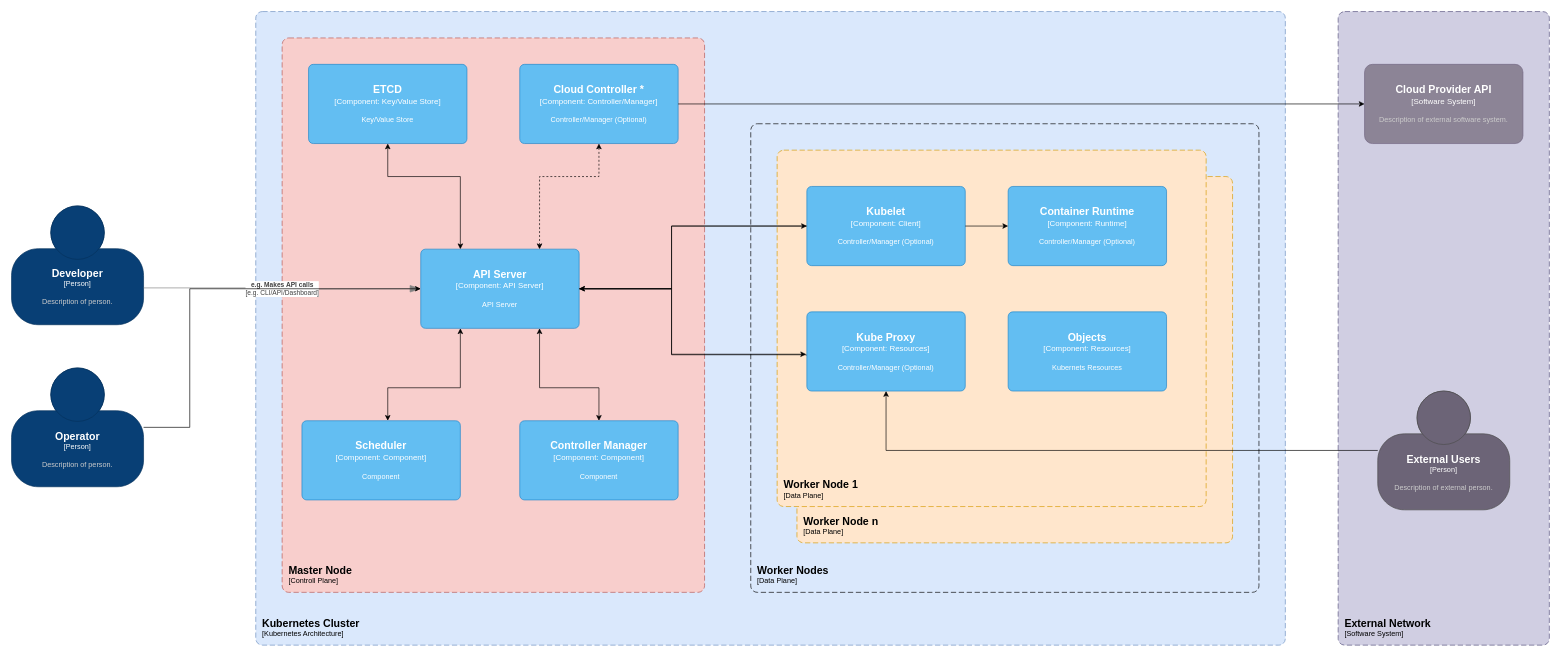
This is page "Context and Scope" (1 of 10) of resources/enterprise-architecture.drawio from microtema/K8S-Architecture, a draw.io file, before an edit. Source tidied: cells renumbered, new cells numbered last; positions are measured from the earlier drawing's top-left corner, leaving out a move shared by most shapes. Both pictures are drawn from the tidied source at 66%, with x=0, y=0 at pixel (11, 11).
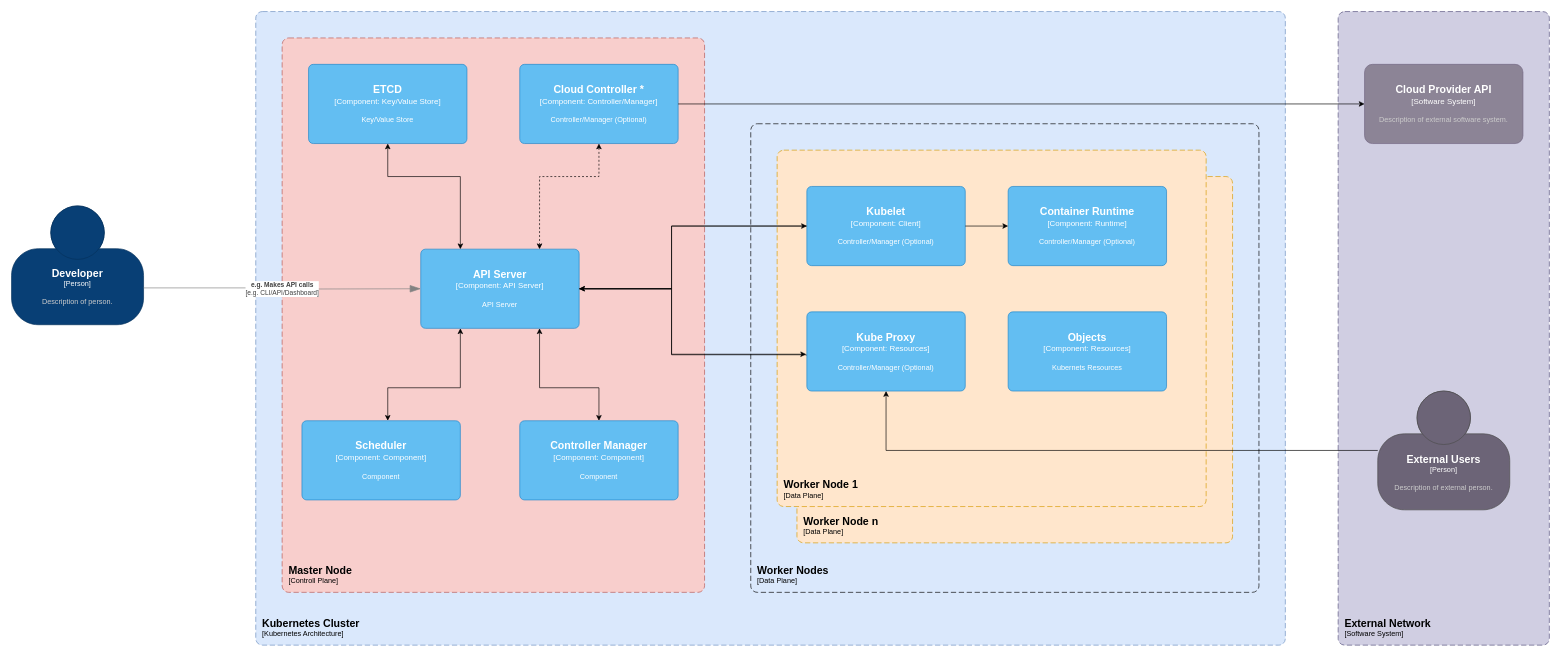
The same page after the edit.

The change refers to these unchanged cells:
```xml
<object id="11" label="&lt;font style=&quot;font-size: 16px&quot;&gt;&lt;b&gt;%c4Name%&lt;/b&gt;&lt;/font&gt;&lt;div&gt;[%c4Type%: %c4Technology%]&lt;/div&gt;&lt;br&gt;&lt;div&gt;&lt;font style=&quot;font-size: 11px&quot;&gt;%c4Description%&lt;/font&gt;&lt;/div&gt;" c4Description="API Server" c4Name="API Server" c4Technology="API Server" c4Type="Component" placeholders="1">
  <mxCell style="rounded=1;whiteSpace=wrap;html=1;labelBackgroundColor=none;fillColor=#63BEF2;fontColor=#ffffff;align=center;arcSize=6;strokeColor=#2086C9;points=[[0.25,0,0],[0.5,0,0],[0.75,0,0],[1,0.25,0],[1,0.5,0],[1,0.75,0],[0.75,1,0],[0.5,1,0],[0.25,1,0],[0,0.75,0],[0,0.5,0],[0,0.25,0]];" parent="1" vertex="1">
    <mxGeometry x="620" y="360" width="240" height="120" as="geometry" />
  </mxCell>
</object>
```

Change to the diagram source:
```diff
@@
-    <object id="32" label="&lt;font style=&quot;font-size: 16px&quot;&gt;&lt;b&gt;%c4Name%&lt;/b&gt;&lt;/font&gt;&lt;div&gt;[%c4Type%]&lt;/div&gt;&lt;br&gt;&lt;div&gt;&lt;font style=&quot;font-size: 11px&quot;&gt;&lt;font color=&quot;#cccccc&quot;&gt;%c4Description%&lt;/font&gt;&lt;/div&gt;" c4Description="Description of person." c4Name="Operator" c4Type="Person" placeholders="1">
-      <mxCell style="html=1;fontSize=11;dashed=0;whiteSpace=wrap;fillColor=#083F75;strokeColor=#06315C;fontColor=#ffffff;shape=mxgraph.c4.person2;align=center;points=[[0.5,0,0],[1,0.5,0],[1,0.75,0],[0.75,1,0],[0.5,1,0],[0.25,1,0],[0,0.75,0],[0,0.5,0]];" parent="1" vertex="1">
-        <mxGeometry y="540" width="200" height="180" as="geometry" />
-      </mxCell>
-    </object>
-    <mxCell id="33" style="edgeStyle=orthogonalEdgeStyle;rounded=0;jettySize=auto;html=1;entryX=0;entryY=0.5;entryDx=0;entryDy=0;entryPerimeter=0;" parent="1" edge="1" source="32" target="11">
-      <mxGeometry relative="1" as="geometry">
-        <Array as="points">
-          <mxPoint x="270" y="630" />
-          <mxPoint x="270" y="420" />
-        </Array>
-      </mxGeometry>
-    </mxCell>
```
